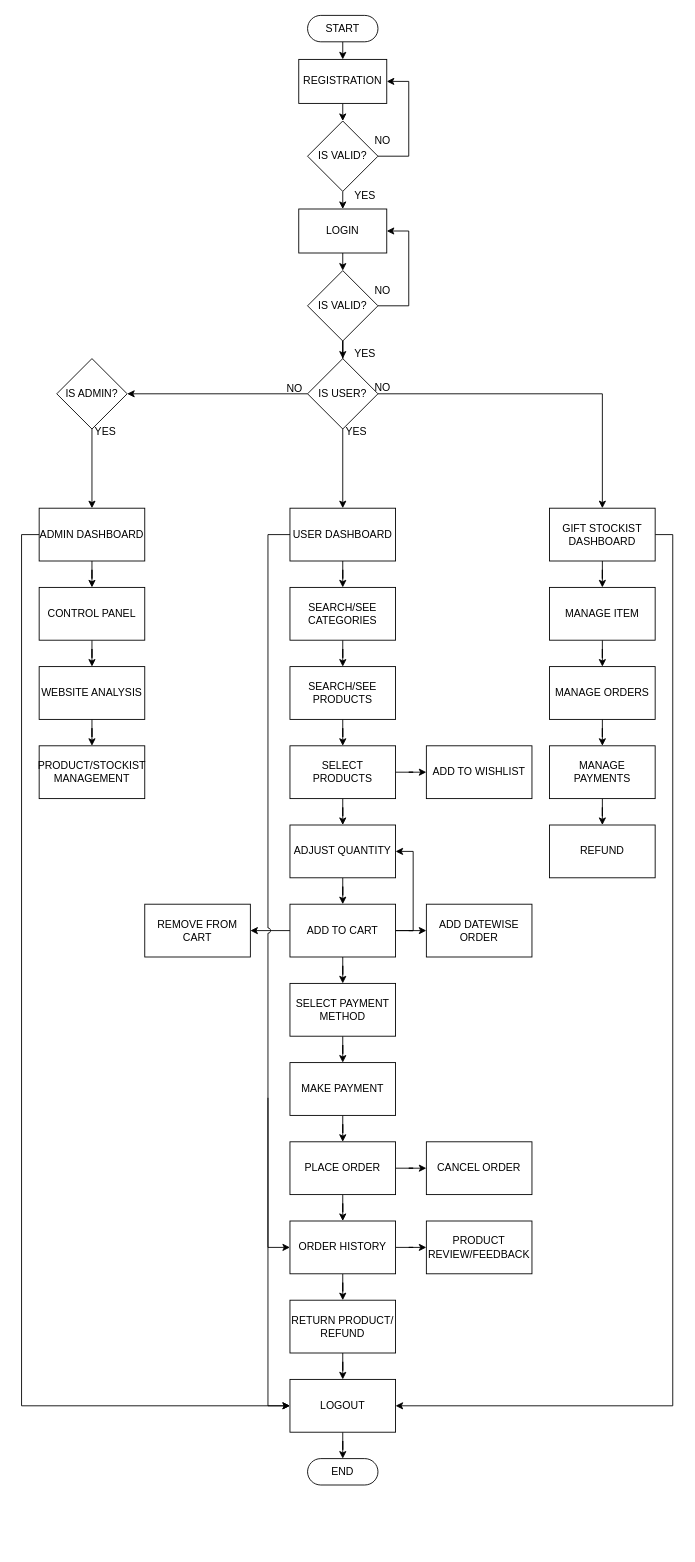
sonukshatriya/flowchart keeps this draw.io diagram as page "Page-1" (1 of 3) of gifthamper.drawio. Above is the earlier version. Source tidied: cells renumbered, new cells numbered last; positions are measured from the earlier drawing's top-left corner, leaving out a move shared by most shapes. Both pictures are drawn from the tidied source at 88%, with x=0, y=0 at pixel (39, 15).
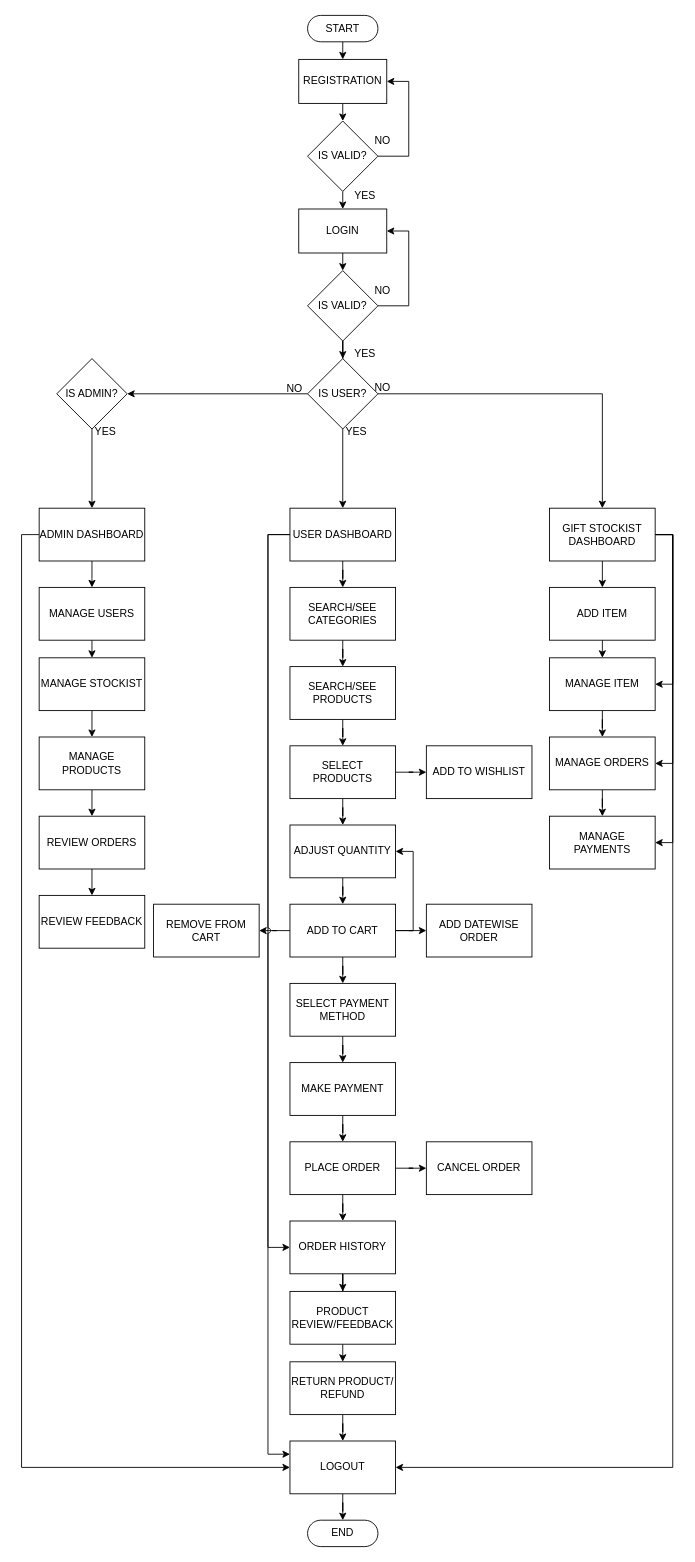
The same page after the edit.

The change refers to these unchanged cells:
```xml
<mxCell id="27" value="ADMIN DASHBOARD" style="whiteSpace=wrap;html=1;" parent="1" vertex="1">
  <mxGeometry y="560" width="120" height="60" as="geometry" />
</mxCell>
<mxCell id="31" value="GIFT STOCKIST&lt;br&gt;DASHBOARD" style="whiteSpace=wrap;html=1;" parent="1" vertex="1">
  <mxGeometry x="580" y="560" width="120" height="60" as="geometry" />
</mxCell>
<mxCell id="33" value="USER DASHBOARD" style="whiteSpace=wrap;html=1;" parent="1" vertex="1">
  <mxGeometry x="285" y="560" width="120" height="60" as="geometry" />
</mxCell>
<mxCell id="64" value="ORDER HISTORY" style="whiteSpace=wrap;html=1;" parent="1" vertex="1">
  <mxGeometry x="285" y="1370" width="120" height="60" as="geometry" />
</mxCell>
```

Diff of the diagram source:
```diff
@@
-    <mxCell id="25" style="edgeStyle=orthogonalEdgeStyle;rounded=0;jettySize=auto;html=1;" parent="1" edge="1" source="27" target="79">
-      <mxGeometry relative="1" as="geometry" />
+    <mxCell id="25" style="edgeStyle=orthogonalEdgeStyle;rounded=0;jettySize=auto;html=1;" parent="1" edge="1" source="27">
+      <mxGeometry relative="1" as="geometry">
+        <mxPoint x="60" y="650" as="targetPoint" />
+      </mxGeometry>
     </mxCell>
@@
+    <mxCell id="84" style="edgeStyle=orthogonalEdgeStyle;rounded=0;jettySize=auto;html=1;exitX=0.5;exitY=1;exitDx=0;exitDy=0;entryX=0.5;entryY=0;entryDx=0;entryDy=0;" parent="1" edge="1" source="31" target="90">
+      <mxGeometry relative="1" as="geometry" />
+    </mxCell>
-    <mxCell id="30" style="edgeStyle=orthogonalEdgeStyle;rounded=0;jettySize=auto;html=1;" parent="1" edge="1" source="31" target="73">
+    <mxCell id="30" style="edgeStyle=orthogonalEdgeStyle;rounded=0;jettySize=auto;html=1;exitX=1;exitY=0.5;exitDx=0;exitDy=0;entryX=1;entryY=0.5;entryDx=0;entryDy=0;" parent="1" edge="1" source="31" target="73">
       <mxGeometry relative="1" as="geometry" />
     </mxCell>
+    <mxCell id="85" style="edgeStyle=orthogonalEdgeStyle;rounded=0;jettySize=auto;html=1;exitX=1;exitY=0.5;exitDx=0;exitDy=0;entryX=1;entryY=0.5;entryDx=0;entryDy=0;" parent="1" edge="1" source="31" target="75">
+      <mxGeometry relative="1" as="geometry" />
+    </mxCell>
+    <mxCell id="86" style="edgeStyle=orthogonalEdgeStyle;rounded=0;jettySize=auto;html=1;exitX=1;exitY=0.5;exitDx=0;exitDy=0;entryX=1;entryY=0.5;entryDx=0;entryDy=0;" parent="1" edge="1" source="31" target="77">
+      <mxGeometry relative="1" as="geometry" />
+    </mxCell>
@@
+    <mxCell id="87" style="edgeStyle=orthogonalEdgeStyle;rounded=0;jettySize=auto;html=1;exitX=0;exitY=0.5;exitDx=0;exitDy=0;entryX=0;entryY=0.25;entryDx=0;entryDy=0;" parent="1" edge="1" source="33" target="69">
+      <mxGeometry relative="1" as="geometry">
+        <Array as="points">
+          <mxPoint x="260" y="590" />
+          <mxPoint x="260" y="1635" />
+        </Array>
+      </mxGeometry>
+    </mxCell>
@@
     <mxCell id="50" value="REMOVE FROM CART" style="whiteSpace=wrap;html=1;" parent="1" vertex="1">
-      <mxGeometry x="120" y="1010" width="120" height="60" as="geometry" />
+      <mxGeometry x="130" y="1010" width="120" height="60" as="geometry" />
     </mxCell>
@@
-    <mxCell id="61" style="edgeStyle=orthogonalEdgeStyle;rounded=0;jettySize=auto;html=1;" parent="1" edge="1" source="64" target="66">
-      <mxGeometry relative="1" as="geometry" />
-    </mxCell>
@@
     <mxCell id="66" value="RETURN PRODUCT/&lt;br&gt;REFUND" style="whiteSpace=wrap;html=1;" parent="1" vertex="1">
-      <mxGeometry x="285" y="1460" width="120" height="60" as="geometry" />
+      <mxGeometry x="285" y="1530" width="120" height="60" as="geometry" />
     </mxCell>
-    <mxCell id="67" style="edgeStyle=orthogonalEdgeStyle;rounded=0;jettySize=auto;html=1;exitX=0;exitY=0.5;exitDx=0;exitDy=0;endArrow=classic;endFill=1;entryX=0;entryY=0.5;entryDx=0;entryDy=0;" parent="1" edge="1" target="69">
-      <mxGeometry relative="1" as="geometry">
-        <mxPoint x="260" y="1230" as="sourcePoint" />
-        <Array as="points">
-          <mxPoint x="260" y="1580" />
-        </Array>
-      </mxGeometry>
-    </mxCell>
@@
     <mxCell id="69" value="LOGOUT" style="whiteSpace=wrap;html=1;" parent="1" vertex="1">
-      <mxGeometry x="285" y="1550" width="120" height="60" as="geometry" />
+      <mxGeometry x="285" y="1620" width="120" height="60" as="geometry" />
     </mxCell>
+    <mxCell id="88" style="edgeStyle=orthogonalEdgeStyle;rounded=0;jettySize=auto;html=1;exitX=0.5;exitY=1;exitDx=0;exitDy=0;entryX=0.5;entryY=0;entryDx=0;entryDy=0;" parent="1" edge="1" source="70" target="66">
+      <mxGeometry relative="1" as="geometry" />
+    </mxCell>
     <mxCell id="70" value="PRODUCT REVIEW/FEEDBACK" style="whiteSpace=wrap;html=1;" parent="1" vertex="1">
-      <mxGeometry x="440" y="1370" width="120" height="60" as="geometry" />
+      <mxGeometry x="285" y="1450" width="120" height="60" as="geometry" />
     </mxCell>
     <mxCell id="71" value="END" style="html=1;dashed=0;whiteSpace=wrap;shape=mxgraph.dfd.start;" parent="1" vertex="1">
-      <mxGeometry x="305" y="1640" width="80" height="30" as="geometry" />
+      <mxGeometry x="305" y="1710" width="80" height="30" as="geometry" />
     </mxCell>
@@
     <mxCell id="73" value="MANAGE ITEM" style="whiteSpace=wrap;html=1;" parent="1" vertex="1">
-      <mxGeometry x="580" y="650" width="120" height="60" as="geometry" />
+      <mxGeometry x="580" y="730" width="120" height="60" as="geometry" />
     </mxCell>
@@
     <mxCell id="75" value="MANAGE ORDERS" style="whiteSpace=wrap;html=1;" parent="1" vertex="1">
-      <mxGeometry x="580" y="740" width="120" height="60" as="geometry" />
+      <mxGeometry x="580" y="820" width="120" height="60" as="geometry" />
     </mxCell>
-    <mxCell id="76" style="edgeStyle=orthogonalEdgeStyle;rounded=0;jettySize=auto;html=1;" parent="1" edge="1" source="77" target="83">
-      <mxGeometry relative="1" as="geometry" />
-    </mxCell>
     <mxCell id="77" value="MANAGE PAYMENTS" style="whiteSpace=wrap;html=1;" parent="1" vertex="1">
-      <mxGeometry x="580" y="830" width="120" height="60" as="geometry" />
+      <mxGeometry x="580" y="910" width="120" height="60" as="geometry" />
     </mxCell>
-    <mxCell id="78" style="edgeStyle=orthogonalEdgeStyle;rounded=0;jettySize=auto;html=1;" parent="1" edge="1" source="79" target="81">
-      <mxGeometry relative="1" as="geometry" />
-    </mxCell>
-    <mxCell id="79" value="CONTROL PANEL" style="whiteSpace=wrap;html=1;" parent="1" vertex="1">
-      <mxGeometry y="650" width="120" height="60" as="geometry" />
-    </mxCell>
-    <mxCell id="80" style="edgeStyle=orthogonalEdgeStyle;rounded=0;jettySize=auto;html=1;" parent="1" edge="1" source="81" target="82">
-      <mxGeometry relative="1" as="geometry" />
-    </mxCell>
-    <mxCell id="81" value="WEBSITE ANALYSIS" style="whiteSpace=wrap;html=1;" parent="1" vertex="1">
-      <mxGeometry y="740" width="120" height="60" as="geometry" />
-    </mxCell>
-    <mxCell id="82" value="PRODUCT/STOCKIST&lt;br&gt;MANAGEMENT" style="whiteSpace=wrap;html=1;" parent="1" vertex="1">
-      <mxGeometry y="830" width="120" height="60" as="geometry" />
-    </mxCell>
-    <mxCell id="83" value="REFUND" style="whiteSpace=wrap;html=1;" parent="1" vertex="1">
-      <mxGeometry x="580" y="920" width="120" height="60" as="geometry" />
-    </mxCell>
+    <mxCell id="89" style="edgeStyle=orthogonalEdgeStyle;rounded=0;jettySize=auto;html=1;exitX=0.5;exitY=1;exitDx=0;exitDy=0;entryX=0.5;entryY=0;entryDx=0;entryDy=0;" parent="1" edge="1" source="90" target="73">
+      <mxGeometry relative="1" as="geometry" />
+    </mxCell>
+    <mxCell id="90" value="ADD ITEM" style="whiteSpace=wrap;html=1;" parent="1" vertex="1">
+      <mxGeometry x="580" y="650" width="120" height="60" as="geometry" />
+    </mxCell>
+    <mxCell id="91" style="edgeStyle=orthogonalEdgeStyle;rounded=0;jettySize=auto;html=1;exitX=0.5;exitY=1;exitDx=0;exitDy=0;entryX=0.5;entryY=0;entryDx=0;entryDy=0;" parent="1" edge="1" source="92" target="94">
+      <mxGeometry relative="1" as="geometry" />
+    </mxCell>
+    <mxCell id="92" value="MANAGE USERS&lt;br&gt;" style="whiteSpace=wrap;html=1;" parent="1" vertex="1">
+      <mxGeometry y="650" width="120" height="60" as="geometry" />
+    </mxCell>
+    <mxCell id="93" style="edgeStyle=orthogonalEdgeStyle;rounded=0;jettySize=auto;html=1;exitX=0.5;exitY=1;exitDx=0;exitDy=0;entryX=0.5;entryY=0;entryDx=0;entryDy=0;" parent="1" edge="1" source="94" target="96">
+      <mxGeometry relative="1" as="geometry" />
+    </mxCell>
+    <mxCell id="94" value="MANAGE STOCKIST" style="whiteSpace=wrap;html=1;" parent="1" vertex="1">
+      <mxGeometry y="730" width="120" height="60" as="geometry" />
+    </mxCell>
+    <mxCell id="95" style="edgeStyle=orthogonalEdgeStyle;rounded=0;jettySize=auto;html=1;exitX=0.5;exitY=1;exitDx=0;exitDy=0;entryX=0.5;entryY=0;entryDx=0;entryDy=0;" parent="1" edge="1" source="96" target="98">
+      <mxGeometry relative="1" as="geometry" />
+    </mxCell>
+    <mxCell id="96" value="MANAGE PRODUCTS" style="whiteSpace=wrap;html=1;" parent="1" vertex="1">
+      <mxGeometry y="820" width="120" height="60" as="geometry" />
+    </mxCell>
+    <mxCell id="97" style="edgeStyle=orthogonalEdgeStyle;rounded=0;jettySize=auto;html=1;exitX=0.5;exitY=1;exitDx=0;exitDy=0;entryX=0.5;entryY=0;entryDx=0;entryDy=0;" parent="1" edge="1" source="98" target="99">
+      <mxGeometry relative="1" as="geometry" />
+    </mxCell>
+    <mxCell id="98" value="REVIEW ORDERS" style="whiteSpace=wrap;html=1;" parent="1" vertex="1">
+      <mxGeometry y="910" width="120" height="60" as="geometry" />
+    </mxCell>
+    <mxCell id="99" value="REVIEW FEEDBACK" style="whiteSpace=wrap;html=1;" parent="1" vertex="1">
+      <mxGeometry y="1000" width="120" height="60" as="geometry" />
+    </mxCell>
```
